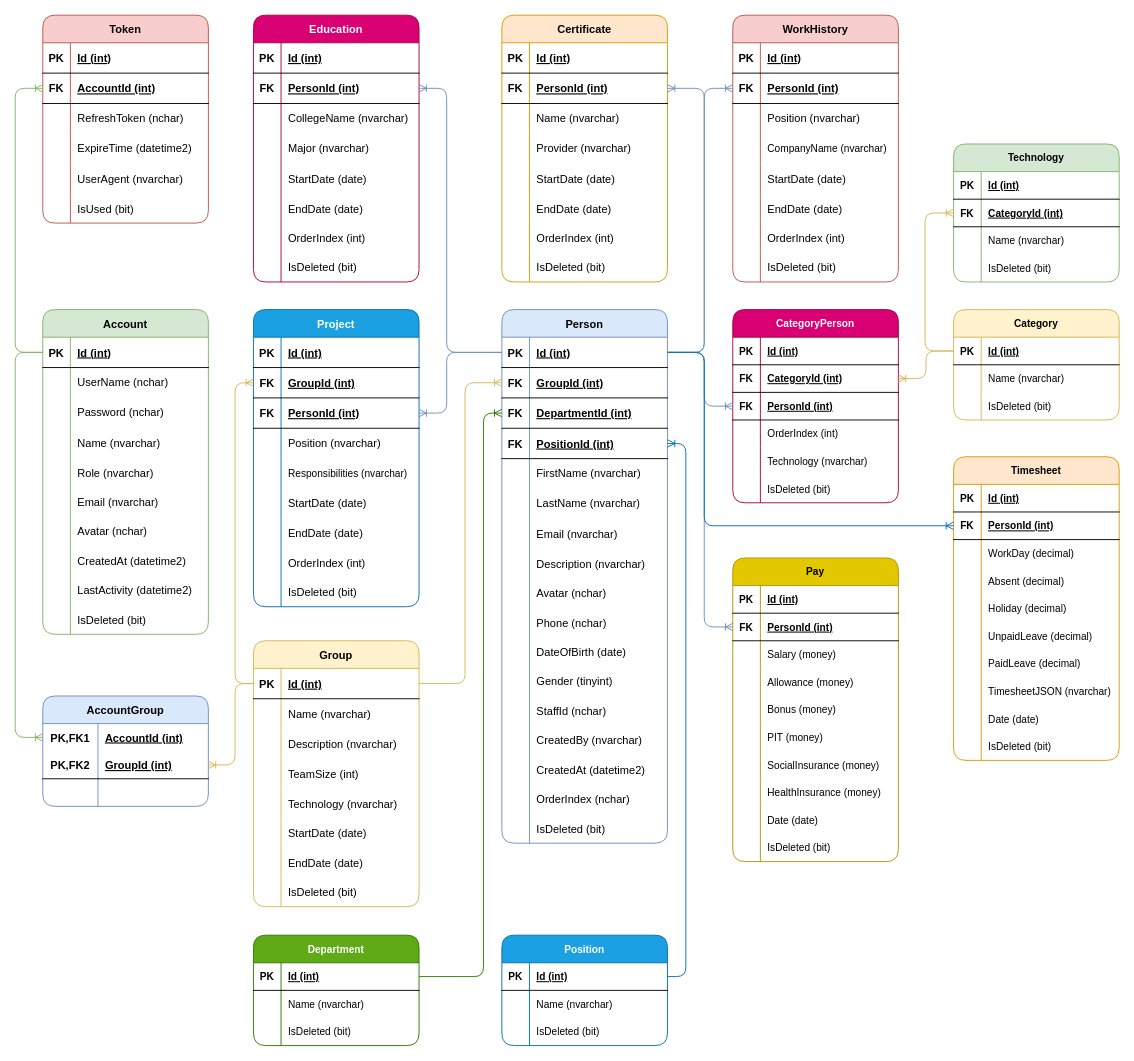
The draw.io diagram Docs/db-diagram.drawio in dong-nguyen-hd/HR-Management, before the edit. Source tidied: cells renumbered, new cells numbered last; positions are measured from the earlier drawing's top-left corner, leaving out a move shared by most shapes. Both pictures are drawn from the tidied source at 92%, with x=0, y=0 at pixel (15, 15).
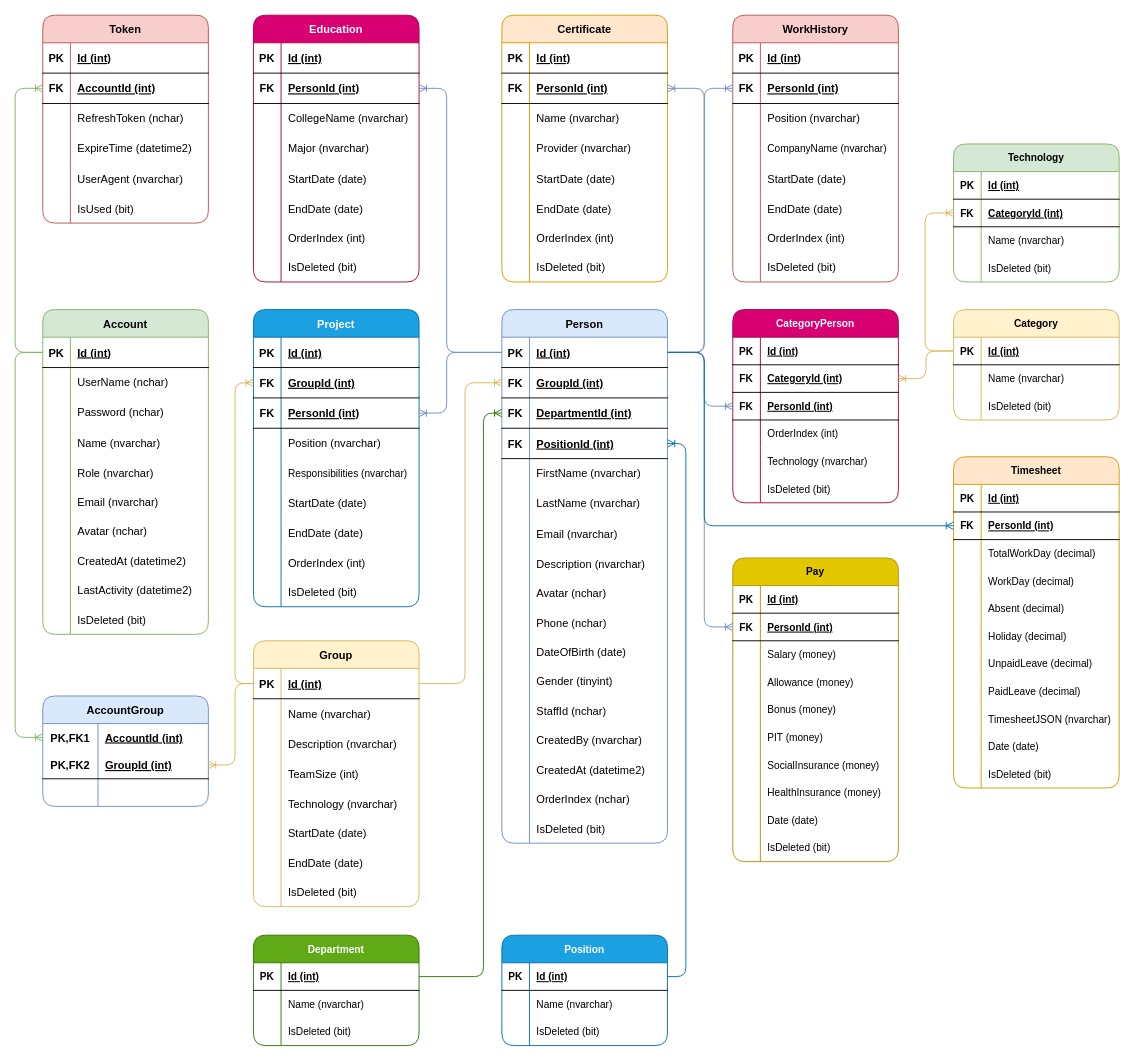
After the change.

The change refers to these unchanged cells:
```xml
<mxCell id="346" style="shape=tableRow;horizontal=0;startSize=0;swimlaneHead=0;swimlaneBody=0;fillColor=none;top=0;left=0;right=0;bottom=0;rounded=1;shadow=0;sketch=0;fontFamily=Helvetica;fontSize=11;fontColor=default;" parent="339" vertex="1">
  <mxGeometry y="90" width="180" height="30" as="geometry" />
</mxCell>
```

Diff of the diagram source:
```diff
@@
     <mxCell id="339" value="Timesheet" style="shape=table;startSize=30;childLayout=tableLayout;rowLines=0;fontStyle=1;align=center;rounded=1;shadow=0;sketch=0;fontFamily=Helvetica;fontSize=11;fillColor=#ffe6cc;strokeColor=#d79b00;" parent="1" vertex="1">
-      <mxGeometry x="1020" y="480" width="180" height="330" as="geometry" />
+      <mxGeometry x="1020" y="480" width="180" height="360" as="geometry" />
     </mxCell>
@@
-    <mxCell id="348" value="WorkDay (decimal)" style="shape=partialRectangle;fillColor=none;top=0;left=0;bottom=0;right=0;align=left;spacingLeft=6;overflow=hidden;rounded=1;shadow=0;sketch=0;fontFamily=Helvetica;fontSize=11;fontColor=default;" parent="346" vertex="1">
+    <mxCell id="348" value="TotalWorkDay (decimal)" style="shape=partialRectangle;fillColor=none;top=0;left=0;bottom=0;right=0;align=left;spacingLeft=6;overflow=hidden;rounded=1;shadow=0;sketch=0;fontFamily=Helvetica;fontSize=11;fontColor=default;" parent="346" vertex="1">
       <mxGeometry x="30" width="150" height="30" as="geometry" />
     </mxCell>
+    <mxCell id="382" style="shape=tableRow;horizontal=0;startSize=0;swimlaneHead=0;swimlaneBody=0;fillColor=none;top=0;left=0;right=0;bottom=0;rounded=1;shadow=0;sketch=0;fontFamily=Helvetica;fontSize=11;fontColor=default;" parent="339" vertex="1">
+      <mxGeometry y="120" width="180" height="30" as="geometry" />
+    </mxCell>
+    <mxCell id="383" style="shape=partialRectangle;fillColor=none;top=0;left=0;bottom=0;right=0;overflow=hidden;rounded=1;shadow=0;sketch=0;fontFamily=Helvetica;fontSize=11;fontColor=default;" parent="382" vertex="1">
+      <mxGeometry width="30" height="30" as="geometry" />
+    </mxCell>
+    <mxCell id="384" value="WorkDay (decimal)" style="shape=partialRectangle;fillColor=none;top=0;left=0;bottom=0;right=0;align=left;spacingLeft=6;overflow=hidden;rounded=1;shadow=0;sketch=0;fontFamily=Helvetica;fontSize=11;fontColor=default;" parent="382" vertex="1">
+      <mxGeometry x="30" width="150" height="30" as="geometry" />
+    </mxCell>
     <mxCell id="349" style="shape=tableRow;horizontal=0;startSize=0;swimlaneHead=0;swimlaneBody=0;fillColor=none;top=0;left=0;right=0;bottom=0;rounded=1;shadow=0;sketch=0;fontFamily=Helvetica;fontSize=11;fontColor=default;" parent="339" vertex="1">
-      <mxGeometry y="120" width="180" height="30" as="geometry" />
+      <mxGeometry y="150" width="180" height="30" as="geometry" />
     </mxCell>
@@
     <mxCell id="352" style="shape=tableRow;horizontal=0;startSize=0;swimlaneHead=0;swimlaneBody=0;fillColor=none;top=0;left=0;right=0;bottom=0;rounded=1;shadow=0;sketch=0;fontFamily=Helvetica;fontSize=11;fontColor=default;" parent="339" vertex="1">
-      <mxGeometry y="150" width="180" height="30" as="geometry" />
+      <mxGeometry y="180" width="180" height="30" as="geometry" />
     </mxCell>
@@
     <mxCell id="355" style="shape=tableRow;horizontal=0;startSize=0;swimlaneHead=0;swimlaneBody=0;fillColor=none;top=0;left=0;right=0;bottom=0;rounded=1;shadow=0;sketch=0;fontFamily=Helvetica;fontSize=11;fontColor=default;" parent="339" vertex="1">
-      <mxGeometry y="180" width="180" height="30" as="geometry" />
+      <mxGeometry y="210" width="180" height="30" as="geometry" />
     </mxCell>
@@
     <mxCell id="358" style="shape=tableRow;horizontal=0;startSize=0;swimlaneHead=0;swimlaneBody=0;fillColor=none;top=0;left=0;right=0;bottom=0;rounded=1;shadow=0;sketch=0;fontFamily=Helvetica;fontSize=11;fontColor=default;" parent="339" vertex="1">
-      <mxGeometry y="210" width="180" height="30" as="geometry" />
+      <mxGeometry y="240" width="180" height="30" as="geometry" />
     </mxCell>
@@
     <mxCell id="361" style="shape=tableRow;horizontal=0;startSize=0;swimlaneHead=0;swimlaneBody=0;fillColor=none;top=0;left=0;right=0;bottom=0;rounded=1;shadow=0;sketch=0;fontFamily=Helvetica;fontSize=11;fontColor=default;" parent="339" vertex="1">
-      <mxGeometry y="240" width="180" height="30" as="geometry" />
+      <mxGeometry y="270" width="180" height="30" as="geometry" />
     </mxCell>
@@
     <mxCell id="364" style="shape=tableRow;horizontal=0;startSize=0;swimlaneHead=0;swimlaneBody=0;fillColor=none;top=0;left=0;right=0;bottom=0;rounded=1;shadow=0;sketch=0;fontFamily=Helvetica;fontSize=11;fontColor=default;" parent="339" vertex="1">
-      <mxGeometry y="270" width="180" height="30" as="geometry" />
+      <mxGeometry y="300" width="180" height="30" as="geometry" />
     </mxCell>
@@
     <mxCell id="367" style="shape=tableRow;horizontal=0;startSize=0;swimlaneHead=0;swimlaneBody=0;fillColor=none;top=0;left=0;right=0;bottom=0;rounded=1;shadow=0;sketch=0;fontFamily=Helvetica;fontSize=11;fontColor=default;" parent="339" vertex="1">
-      <mxGeometry y="300" width="180" height="30" as="geometry" />
+      <mxGeometry y="330" width="180" height="30" as="geometry" />
     </mxCell>
```
